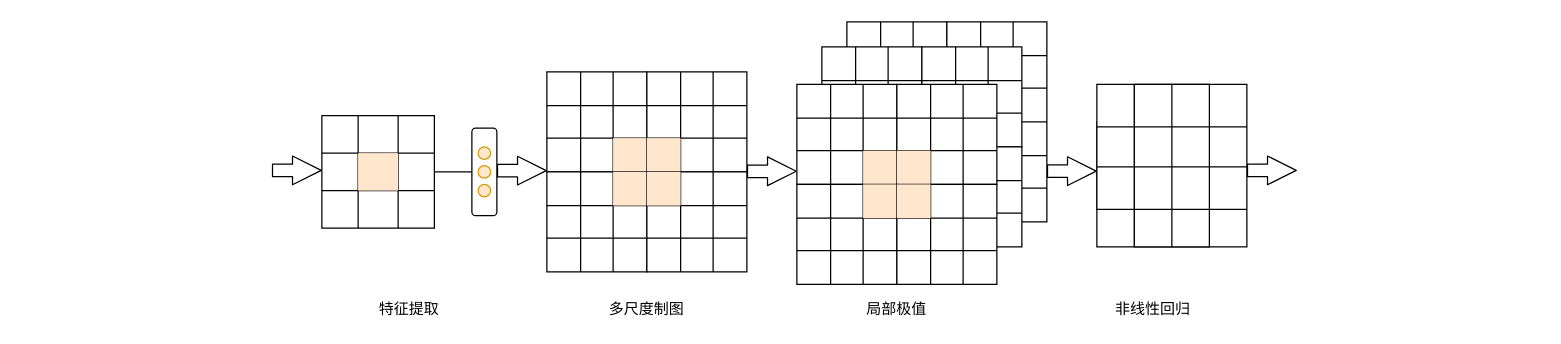
This is 透射率生成.drawio from JhmRoy/lanqiao, a draw.io file, before an edit. Source tidied: cells renumbered, new cells numbered last; positions are measured from the earlier drawing's top-left corner, leaving out a move shared by most shapes. Both pictures are drawn from the tidied source at 125%, with x=0, y=0 at pixel (271, 21). Pictures stored in the file or linked from it are replaced by grey dashed boxes.
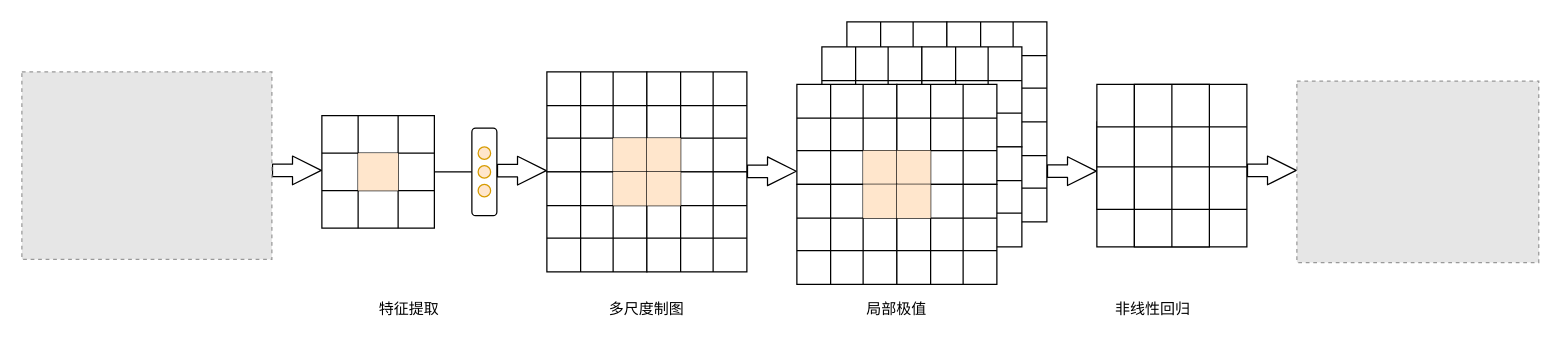
The same diagram, later.

Commit message:
Update 透射率生成.drawio

What changed in the source:
```diff
@@
+    <mxCell id="280" style="fillColor=#E6E6E6;strokeColor=#999999;dashed=1;verticalLabelPosition=bottom;labelBackgroundColor=#ffffff;verticalAlign=top;" parent="1" vertex="1">
+      <mxGeometry x="-200" y="40" width="200" height="150" as="geometry" />
+    </mxCell>
+    <mxCell id="281" style="fillColor=#E6E6E6;strokeColor=#999999;dashed=1;verticalLabelPosition=bottom;labelBackgroundColor=#ffffff;verticalAlign=top;" parent="1" vertex="1">
+      <mxGeometry x="820" y="47.4" width="193.5" height="145.1" as="geometry" />
+    </mxCell>
```
